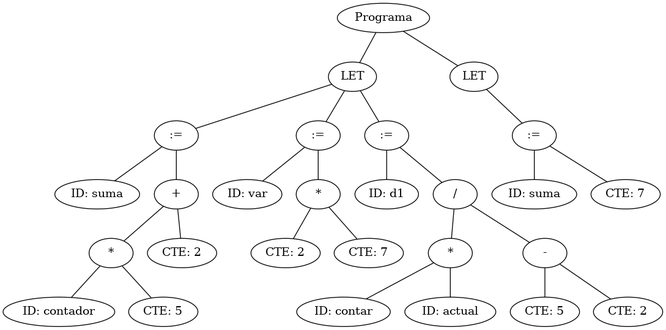
franparzanese/unlu-compilador keeps this Graphviz diagram as Flex/arbol.png. Above is the earlier version. Its source is kept beside it as Flex/arbol.dot.
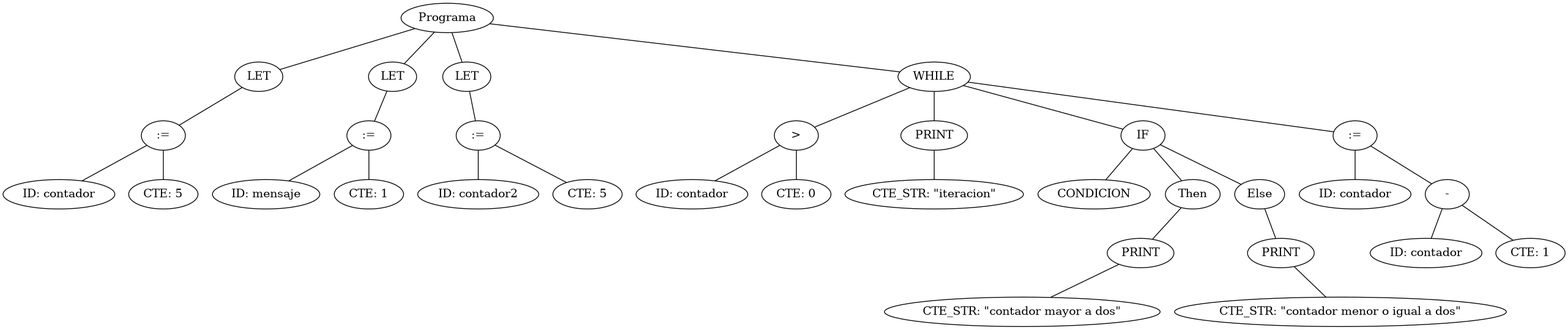
After the change.

Change to the diagram source:
```diff
@@ -1,54 +1,64 @@
 graph G {nodo_programa [label="Programa"]
-nodo_1325547227 [label="LET"]
-nodo_programa -- nodo_1325547227
-nodo_1450495309 [label=":="]
-nodo_1325547227 -- nodo_1450495309
-nodo_1670782018 [label="ID: suma"]
-nodo_1450495309 -- nodo_1670782018
-nodo_140435067 [label="+"]
-nodo_1450495309 -- nodo_140435067
-nodo_1706377736 [label="*"]
-nodo_140435067 -- nodo_1706377736
-nodo_644117698 [label="ID: contador"]
-nodo_1706377736 -- nodo_644117698
-nodo_468121027 [label="CTE: 5"]
-nodo_1706377736 -- nodo_468121027
-nodo_1229416514 [label="CTE: 2"]
-nodo_140435067 -- nodo_1229416514
-nodo_1826771953 [label=":="]
-nodo_1325547227 -- nodo_1826771953
-nodo_1406718218 [label="ID: var"]
-nodo_1826771953 -- nodo_1406718218
-nodo_1044036744 [label="*"]
-nodo_1826771953 -- nodo_1044036744
-nodo_1421795058 [label="CTE: 2"]
-nodo_1044036744 -- nodo_1421795058
-nodo_245257410 [label="CTE: 7"]
-nodo_1044036744 -- nodo_245257410
-nodo_455659002 [label=":="]
-nodo_1325547227 -- nodo_455659002
-nodo_250421012 [label="ID: d1"]
-nodo_455659002 -- nodo_250421012
-nodo_1705736037 [label="/"]
-nodo_455659002 -- nodo_1705736037
-nodo_617901222 [label="*"]
-nodo_1705736037 -- nodo_617901222
-nodo_1554547125 [label="ID: contar"]
-nodo_617901222 -- nodo_1554547125
-nodo_1915318863 [label="ID: actual"]
-nodo_617901222 -- nodo_1915318863
-nodo_1283928880 [label="-"]
-nodo_1705736037 -- nodo_1283928880
-nodo_1159190947 [label="CTE: 5"]
-nodo_1283928880 -- nodo_1159190947
-nodo_925858445 [label="CTE: 2"]
-nodo_1283928880 -- nodo_925858445
-nodo_295530567 [label="LET"]
-nodo_programa -- nodo_295530567
-nodo_2003749087 [label=":="]
-nodo_295530567 -- nodo_2003749087
-nodo_1324119927 [label="ID: suma"]
-nodo_2003749087 -- nodo_1324119927
-nodo_713338599 [label="CTE: 7"]
-nodo_2003749087 -- nodo_713338599
+nodo_668386784 [label="LET"]
+nodo_programa -- nodo_668386784
+nodo_1313922862 [label=":="]
+nodo_668386784 -- nodo_1313922862
+nodo_495053715 [label="ID: contador"]
+nodo_1313922862 -- nodo_495053715
+nodo_791452441 [label="CTE: 5"]
+nodo_1313922862 -- nodo_791452441
+nodo_2094548358 [label="LET"]
+nodo_programa -- nodo_2094548358
+nodo_51228289 [label=":="]
+nodo_2094548358 -- nodo_51228289
+nodo_455896770 [label="ID: mensaje"]
+nodo_51228289 -- nodo_455896770
+nodo_1418481495 [label="CTE: 1"]
+nodo_51228289 -- nodo_1418481495
+nodo_1323165413 [label="LET"]
+nodo_programa -- nodo_1323165413
+nodo_1880587981 [label=":="]
+nodo_1323165413 -- nodo_1880587981
+nodo_511754216 [label="ID: contador2"]
+nodo_1880587981 -- nodo_511754216
+nodo_303563356 [label="CTE: 5"]
+nodo_1880587981 -- nodo_303563356
+nodo_1721931908 [label="WHILE"]
+nodo_programa -- nodo_1721931908
+nodo_1198108795 [label=">"]
+nodo_1721931908 -- nodo_1198108795
+nodo_135721597 [label="ID: contador"]
+nodo_1198108795 -- nodo_135721597
+nodo_142257191 [label="CTE: 0"]
+nodo_1198108795 -- nodo_142257191
+nodo_214126413 [label="PRINT"]
+nodo_1721931908 -- nodo_214126413
+nodo_396873410 [label="CTE_STR: \"iteracion\""]
+nodo_214126413 -- nodo_396873410
+nodo_1706234378 [label="IF"]
+nodo_1721931908 -- nodo_1706234378
+nodo_1867750575 [label="CONDICION"]
+nodo_1706234378 -- nodo_1867750575
+nodo_2046562095 [label="Then"]
+nodo_1706234378 -- nodo_2046562095
+nodo_1342443276 [label="PRINT"]
+nodo_2046562095 -- nodo_1342443276
+nodo_769287236 [label="CTE_STR: \"contador mayor a dos\""]
+nodo_1342443276 -- nodo_769287236
+nodo_1587487668 [label="Else"]
+nodo_1706234378 -- nodo_1587487668
+nodo_1199823423 [label="PRINT"]
+nodo_1587487668 -- nodo_1199823423
+nodo_932172204 [label="CTE_STR: \"contador menor o igual a dos\""]
+nodo_1199823423 -- nodo_932172204
+nodo_1225358173 [label=":="]
+nodo_1721931908 -- nodo_1225358173
+nodo_1848402763 [label="ID: contador"]
+nodo_1225358173 -- nodo_1848402763
+nodo_933699219 [label="-"]
+nodo_1225358173 -- nodo_933699219
+nodo_1831932724 [label="ID: contador"]
+nodo_933699219 -- nodo_1831932724
+nodo_1747585824 [label="CTE: 1"]
+nodo_933699219 -- nodo_1747585824
 }
```
